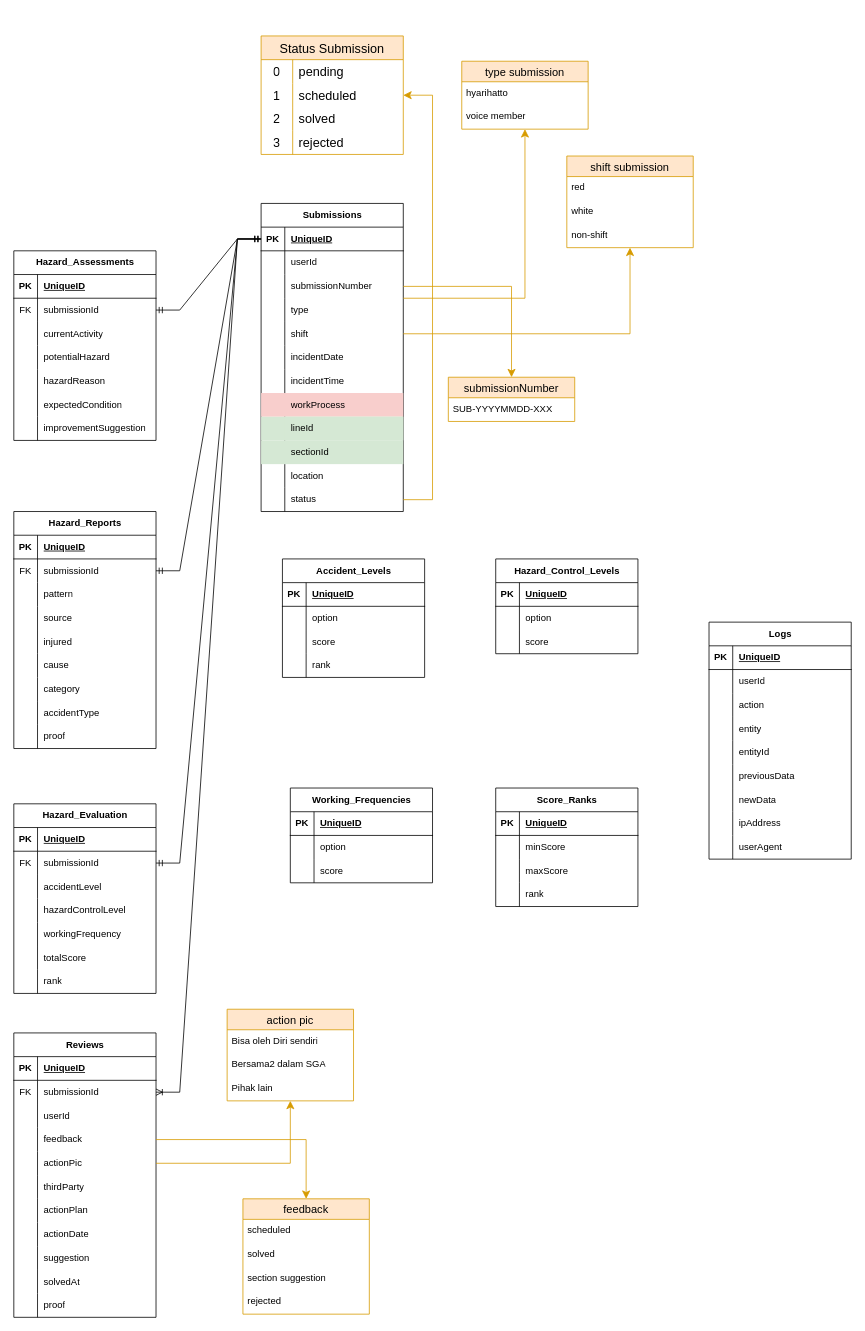
Before: page "ERD" (2 of 2) of sys_design/Flow_ERD.drawio in bagususwanto/think-forward, a draw.io diagram. Source tidied: cells renumbered, new cells numbered last; positions are measured from the earlier drawing's top-left corner, leaving out a move shared by most shapes. Both pictures are drawn from the tidied source at 79%, with x=0, y=0 at pixel (13, 36).
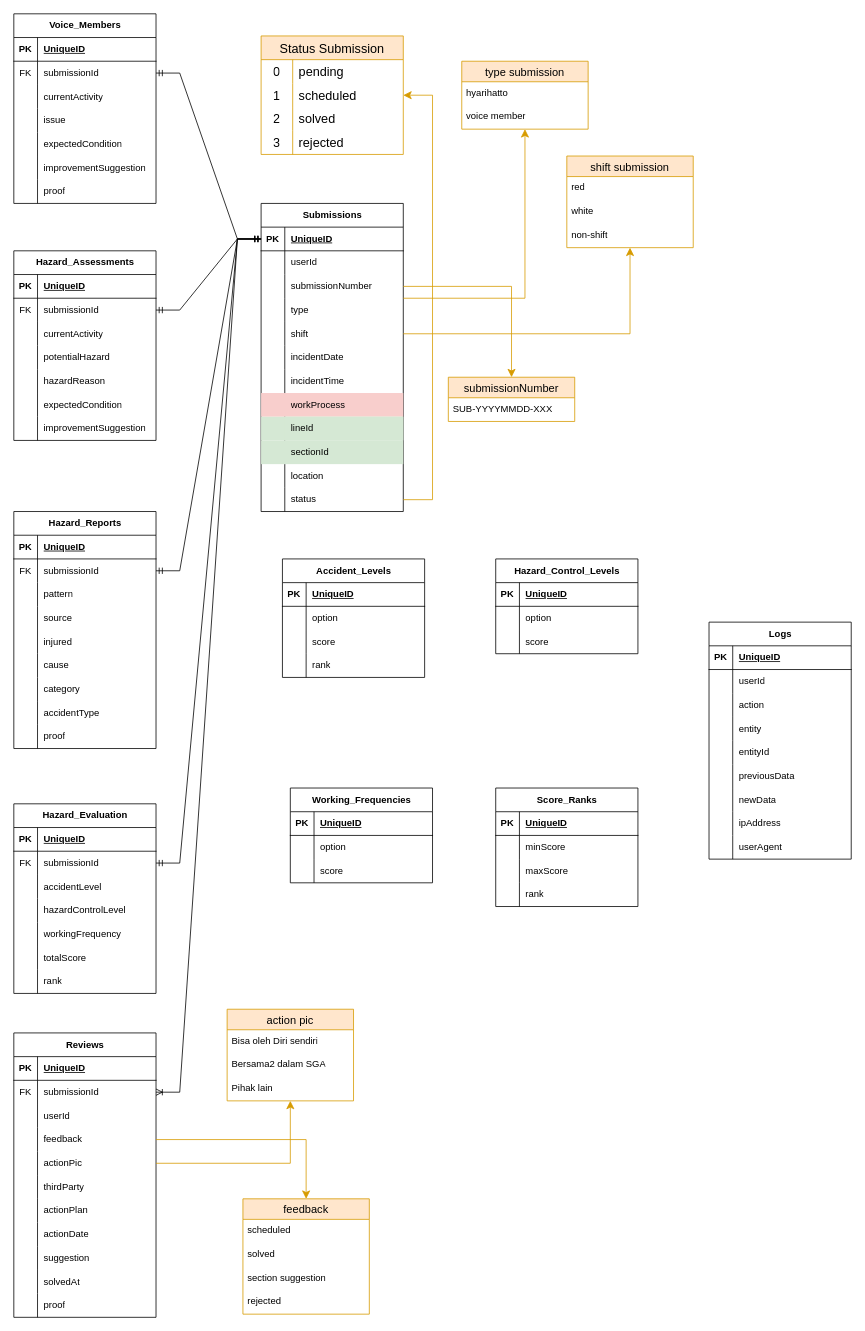
The same page after the edit.

The change refers to these unchanged cells:
```xml
<mxCell id="3" style="shape=tableRow;horizontal=0;startSize=0;swimlaneHead=0;swimlaneBody=0;fillColor=none;points=[[0,0.5],[1,0.5]];portConstraint=eastwest;top=0;left=0;right=0;bottom=1;" parent="2" vertex="1">
  <mxGeometry y="30" width="180" height="30" as="geometry" />
</mxCell>
```

The edit, as a diff of the source:
```diff
@@
+    <mxCell id="260" value="Voice_Members" style="shape=table;startSize=30;childLayout=tableLayout;rowLines=0;fontStyle=1;align=center;html=1;" parent="1" vertex="1">
+      <mxGeometry y="-28" width="180" height="240" as="geometry" />
+    </mxCell>
+    <mxCell id="261" style="shape=tableRow;horizontal=0;startSize=0;swimlaneHead=0;swimlaneBody=0;fillColor=none;top=0;left=0;right=0;bottom=1;" parent="260" vertex="1">
+      <mxGeometry y="30" width="180" height="30" as="geometry" />
+    </mxCell>
+    <mxCell id="262" value="PK" style="shape=partialRectangle;fillColor=none;top=0;left=0;bottom=0;right=0;fontStyle=1;overflow=hidden;whiteSpace=wrap;html=1;" parent="261" vertex="1">
+      <mxGeometry width="30" height="30" as="geometry" />
+    </mxCell>
+    <mxCell id="263" value="UniqueID" style="shape=partialRectangle;fillColor=none;top=0;left=0;bottom=0;right=0;align=left;spacingLeft=6;fontStyle=5;overflow=hidden;whiteSpace=wrap;html=1;" parent="261" vertex="1">
+      <mxGeometry x="30" width="150" height="30" as="geometry" />
+    </mxCell>
+    <mxCell id="264" style="shape=tableRow;horizontal=0;startSize=0;swimlaneHead=0;swimlaneBody=0;fillColor=none;points=[[0,0.5],[1,0.5]];portConstraint=eastwest;top=0;left=0;right=0;bottom=0;" parent="260" vertex="1">
+      <mxGeometry y="60" width="180" height="30" as="geometry" />
+    </mxCell>
+    <mxCell id="265" value="FK" style="shape=partialRectangle;fillColor=none;top=0;left=0;bottom=0;right=0;overflow=hidden;whiteSpace=wrap;html=1;" parent="264" vertex="1">
+      <mxGeometry width="30" height="30" as="geometry" />
+    </mxCell>
+    <mxCell id="266" value="submissionId" style="shape=partialRectangle;fillColor=none;top=0;left=0;bottom=0;right=0;align=left;spacingLeft=6;overflow=hidden;whiteSpace=wrap;html=1;" parent="264" vertex="1">
+      <mxGeometry x="30" width="150" height="30" as="geometry" />
+    </mxCell>
+    <mxCell id="267" style="shape=tableRow;horizontal=0;startSize=0;swimlaneHead=0;swimlaneBody=0;fillColor=none;top=0;left=0;right=0;bottom=0;" parent="260" vertex="1">
+      <mxGeometry y="90" width="180" height="30" as="geometry" />
+    </mxCell>
+    <mxCell id="268" style="shape=partialRectangle;fillColor=none;top=0;left=0;bottom=0;right=0;overflow=hidden;whiteSpace=wrap;html=1;" parent="267" vertex="1">
+      <mxGeometry width="30" height="30" as="geometry" />
+    </mxCell>
+    <mxCell id="269" value="currentActivity" style="shape=partialRectangle;fillColor=none;top=0;left=0;bottom=0;right=0;align=left;spacingLeft=6;overflow=hidden;whiteSpace=wrap;html=1;" parent="267" vertex="1">
+      <mxGeometry x="30" width="150" height="30" as="geometry" />
+    </mxCell>
+    <mxCell id="270" style="shape=tableRow;horizontal=0;startSize=0;swimlaneHead=0;swimlaneBody=0;fillColor=none;top=0;left=0;right=0;bottom=0;" parent="260" vertex="1">
+      <mxGeometry y="120" width="180" height="30" as="geometry" />
+    </mxCell>
+    <mxCell id="271" style="shape=partialRectangle;fillColor=none;top=0;left=0;bottom=0;right=0;overflow=hidden;whiteSpace=wrap;html=1;" parent="270" vertex="1">
+      <mxGeometry width="30" height="30" as="geometry" />
+    </mxCell>
+    <mxCell id="272" value="issue" style="shape=partialRectangle;fillColor=none;top=0;left=0;bottom=0;right=0;align=left;spacingLeft=6;overflow=hidden;whiteSpace=wrap;html=1;" parent="270" vertex="1">
+      <mxGeometry x="30" width="150" height="30" as="geometry" />
+    </mxCell>
+    <mxCell id="273" style="shape=tableRow;horizontal=0;startSize=0;swimlaneHead=0;swimlaneBody=0;fillColor=none;top=0;left=0;right=0;bottom=0;" parent="260" vertex="1">
+      <mxGeometry y="150" width="180" height="30" as="geometry" />
+    </mxCell>
+    <mxCell id="274" style="shape=partialRectangle;fillColor=none;top=0;left=0;bottom=0;right=0;overflow=hidden;whiteSpace=wrap;html=1;" parent="273" vertex="1">
+      <mxGeometry width="30" height="30" as="geometry" />
+    </mxCell>
+    <mxCell id="275" value="expectedCondition" style="shape=partialRectangle;fillColor=none;top=0;left=0;bottom=0;right=0;align=left;spacingLeft=6;overflow=hidden;whiteSpace=wrap;html=1;" parent="273" vertex="1">
+      <mxGeometry x="30" width="150" height="30" as="geometry" />
+    </mxCell>
+    <mxCell id="276" style="shape=tableRow;horizontal=0;startSize=0;swimlaneHead=0;swimlaneBody=0;fillColor=none;top=0;left=0;right=0;bottom=0;" parent="260" vertex="1">
+      <mxGeometry y="180" width="180" height="30" as="geometry" />
+    </mxCell>
+    <mxCell id="277" style="shape=partialRectangle;fillColor=none;top=0;left=0;bottom=0;right=0;overflow=hidden;whiteSpace=wrap;html=1;" parent="276" vertex="1">
+      <mxGeometry width="30" height="30" as="geometry" />
+    </mxCell>
+    <mxCell id="278" value="improvementSuggestion" style="shape=partialRectangle;fillColor=none;top=0;left=0;bottom=0;right=0;align=left;spacingLeft=6;overflow=hidden;whiteSpace=wrap;html=1;" parent="276" vertex="1">
+      <mxGeometry x="30" width="150" height="30" as="geometry" />
+    </mxCell>
+    <mxCell id="279" style="shape=tableRow;horizontal=0;startSize=0;swimlaneHead=0;swimlaneBody=0;fillColor=none;top=0;left=0;right=0;bottom=0;" parent="260" vertex="1">
+      <mxGeometry y="210" width="180" height="30" as="geometry" />
+    </mxCell>
+    <mxCell id="280" style="shape=partialRectangle;fillColor=none;top=0;left=0;bottom=0;right=0;overflow=hidden;whiteSpace=wrap;html=1;" parent="279" vertex="1">
+      <mxGeometry width="30" height="30" as="geometry" />
+    </mxCell>
+    <mxCell id="281" value="proof" style="shape=partialRectangle;fillColor=none;top=0;left=0;bottom=0;right=0;align=left;spacingLeft=6;overflow=hidden;whiteSpace=wrap;html=1;" parent="279" vertex="1">
+      <mxGeometry x="30" width="150" height="30" as="geometry" />
+    </mxCell>
+    <mxCell id="282" style="edgeStyle=entityRelationEdgeStyle;fontSize=12;html=1;endArrow=ERmandOne;startArrow=ERmandOne;rounded=0;" parent="1" edge="1" source="264" target="3">
+      <mxGeometry relative="1" as="geometry" />
+    </mxCell>
```
